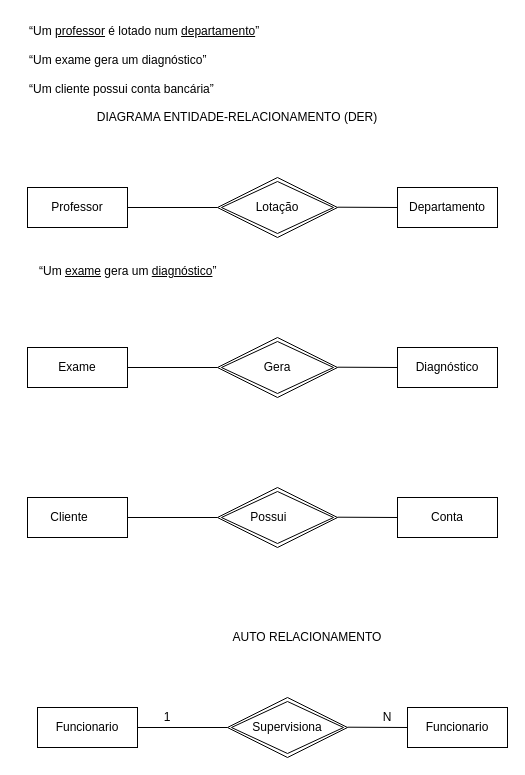
The draw.io diagram page "DER-01" (1 of 4) of Aula-16-Setembro-2021.drawio in vladimiralencar/Alunos-UEPB-BancoDeDados, before the edit. Source tidied: cells renumbered, new cells numbered last; positions are measured from the earlier drawing's top-left corner, leaving out a move shared by most shapes. Both pictures are drawn from the tidied source at 100%, with x=0, y=0 at pixel (17, 17).
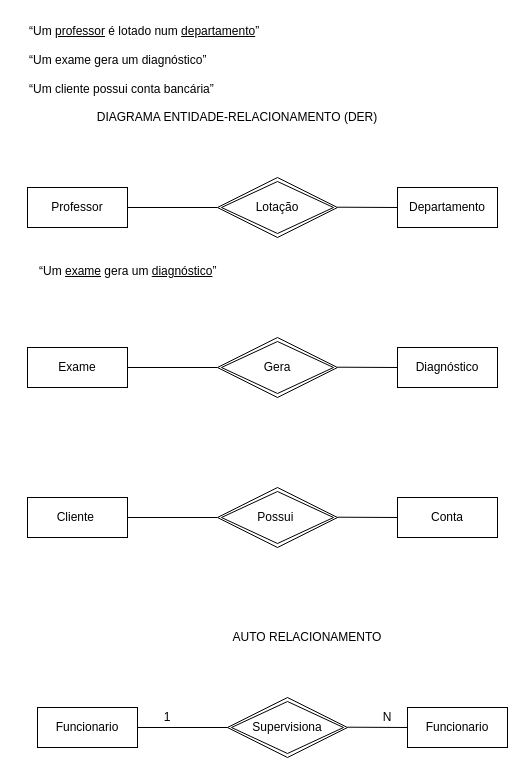
The same page after the edit.

Diff of the diagram source:
```diff
@@
-    <mxCell id="15" value="Cliente&lt;span style=&quot;white-space: pre&quot;&gt;&#9;&lt;/span&gt;" style="whiteSpace=wrap;html=1;align=center;" parent="1" vertex="1">
+    <mxCell id="15" value="Cliente&lt;span style=&quot;white-space: pre&quot;&gt; &lt;/span&gt;" style="whiteSpace=wrap;html=1;align=center;" parent="1" vertex="1">
       <mxGeometry x="10" y="480" width="100" height="40" as="geometry" />
     </mxCell>
@@
-    <mxCell id="17" value="Possui&lt;span style=&quot;white-space: pre&quot;&gt;&#9;&lt;/span&gt;" style="shape=rhombus;double=1;perimeter=rhombusPerimeter;whiteSpace=wrap;html=1;align=center;" parent="1" vertex="1">
+    <mxCell id="17" value="Possui&lt;span style=&quot;white-space: pre&quot;&gt; &lt;/span&gt;" style="shape=rhombus;double=1;perimeter=rhombusPerimeter;whiteSpace=wrap;html=1;align=center;" parent="1" vertex="1">
       <mxGeometry x="200" y="470" width="120" height="60" as="geometry" />
     </mxCell>
```
